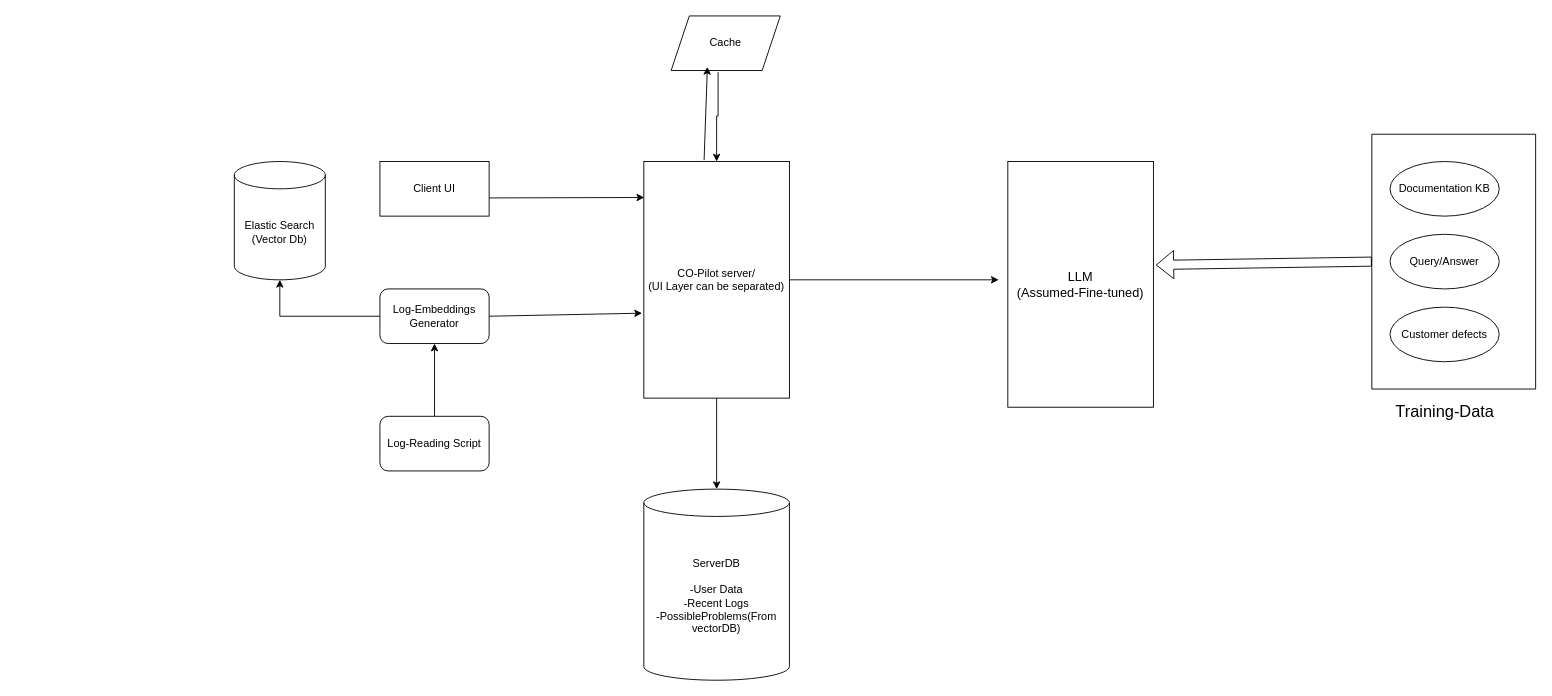
This is Designing/CoAviator/drawio/POC-CoAviator.drawio from shivambatsy01/SystemDesigning, a draw.io file, before an edit. Source tidied: cells renumbered, new cells numbered last; positions are measured from the earlier drawing's top-left corner, leaving out a move shared by most shapes. Both pictures are drawn from the tidied source at 91%, with x=0, y=0 at pixel (234, 15).
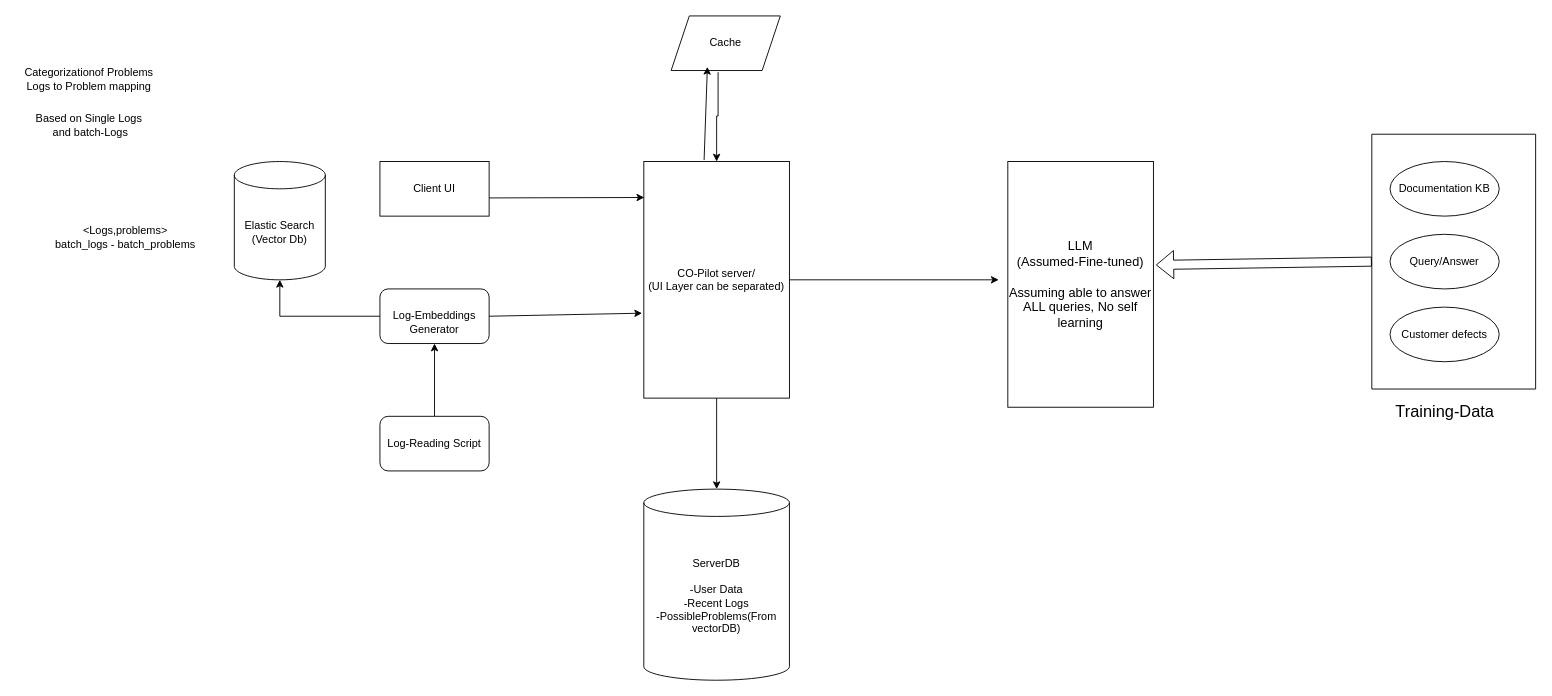
After the change.

Change to the diagram source:
```diff
@@
-    <mxCell id="10" value="&lt;font style=&quot;font-size: 14px;&quot;&gt;LLM&lt;br&gt;(Assumed-Fine-tuned)&lt;/font&gt;" style="rounded=0;whiteSpace=wrap;html=1;" parent="1" vertex="1">
+    <mxCell id="10" value="&lt;font style=&quot;font-size: 14px;&quot;&gt;LLM&lt;br&gt;(Assumed-Fine-tuned)&lt;br&gt;&lt;br&gt;Assuming able to answer ALL queries, No self learning&lt;/font&gt;" style="rounded=0;whiteSpace=wrap;html=1;" parent="1" vertex="1">
       <mxGeometry x="850" y="160" width="160" height="270" as="geometry" />
     </mxCell>
@@
-    <mxCell id="12" value="Log-Embeddings Generator" style="rounded=1;whiteSpace=wrap;html=1;" parent="1" vertex="1">
+    <mxCell id="12" value="&lt;br&gt;Log-Embeddings Generator" style="rounded=1;whiteSpace=wrap;html=1;" parent="1" vertex="1">
       <mxGeometry x="160" y="300" width="120" height="60" as="geometry" />
     </mxCell>
@@
+    <mxCell id="24" value="&amp;lt;Logs,problems&amp;gt;&lt;br&gt;batch_logs - batch_problems" style="text;html=1;align=center;verticalAlign=middle;strokeColor=none;fillColor=none;" parent="1" vertex="1">
+      <mxGeometry x="-210" y="223" width="180" height="40" as="geometry" />
+    </mxCell>
+    <mxCell id="25" value="Categorizationof Problems&lt;br&gt;Logs to Problem mapping" style="text;html=1;align=center;verticalAlign=middle;strokeColor=none;fillColor=none;" parent="1" vertex="1">
+      <mxGeometry x="-240" y="50" width="160" height="40" as="geometry" />
+    </mxCell>
+    <mxCell id="26" value="Based on Single Logs&lt;br&gt;&amp;nbsp;and batch-Logs" style="text;html=1;align=center;verticalAlign=middle;strokeColor=none;fillColor=none;" parent="1" vertex="1">
+      <mxGeometry x="-230" y="100" width="140" height="40" as="geometry" />
+    </mxCell>
```
